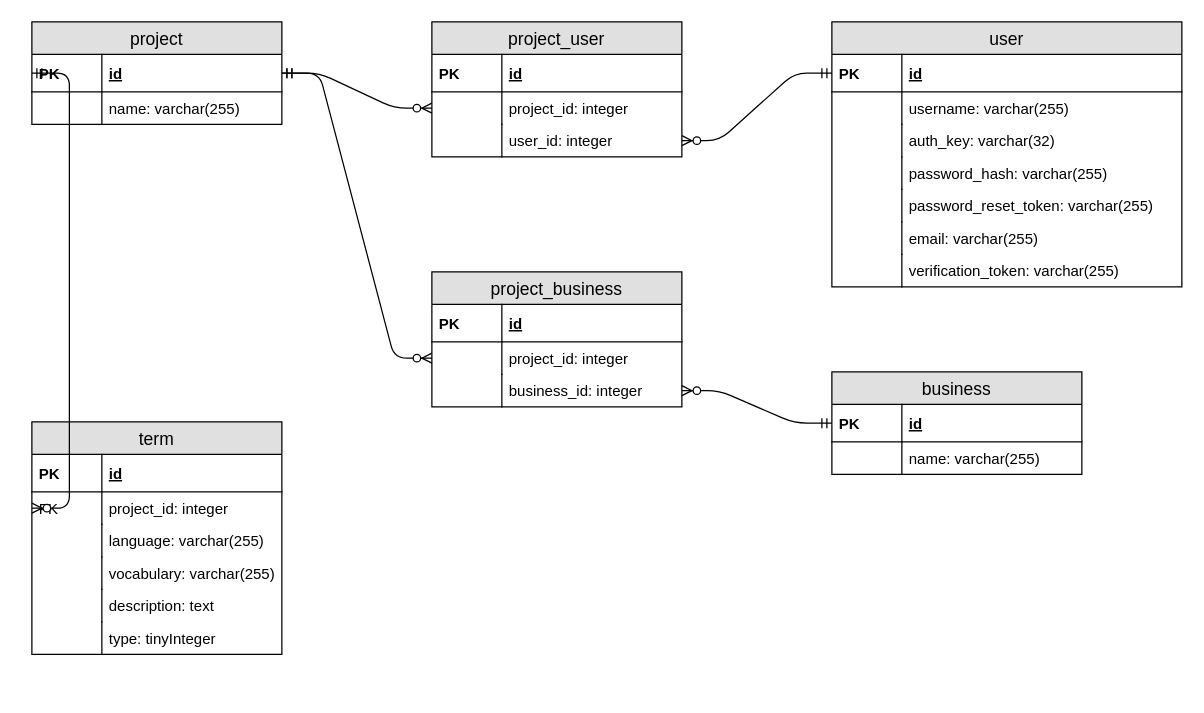
umbalaconmeogia/training-development-skill-for-brse-2 keeps this draw.io diagram as docs/05.DatabaseDesign/material/DBdesign.drawio. Above is the earlier version. Source tidied: cells renumbered, new cells numbered last; positions are measured from the earlier drawing's top-left corner, leaving out a move shared by most shapes. Both pictures are drawn from the tidied source at 125%, with x=0, y=0 at pixel (31, 21).
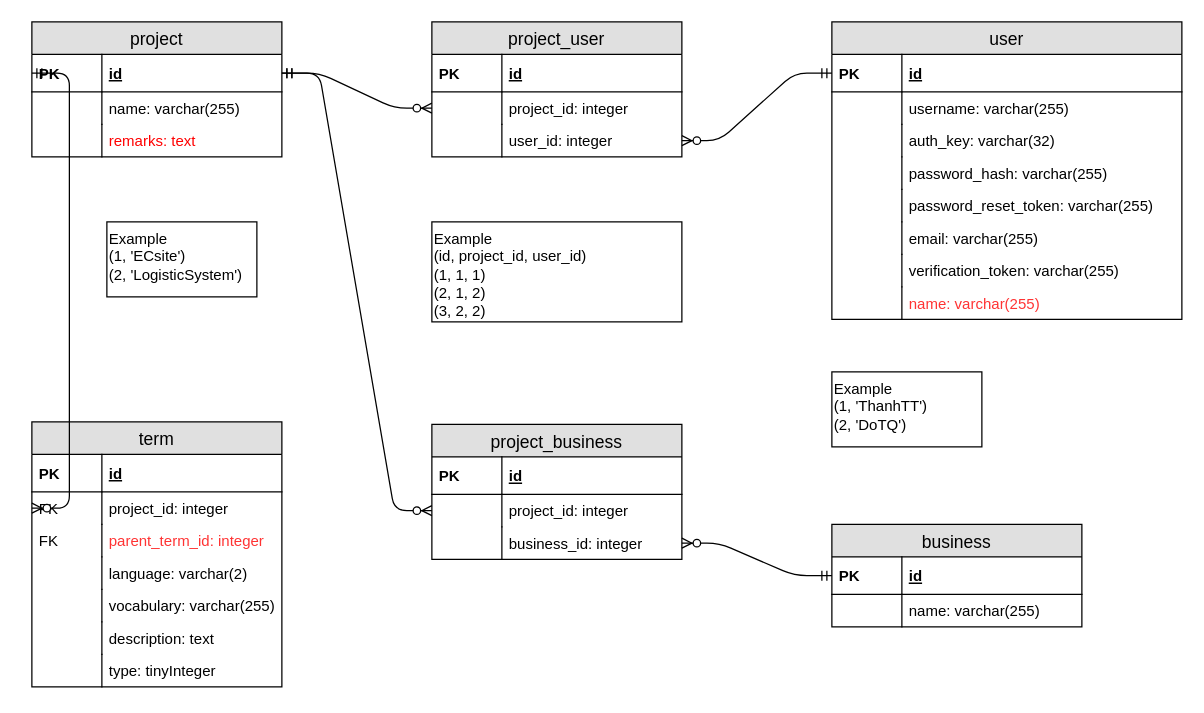
Above is the later version.

Diff of the diagram source:
```diff
@@
     <mxCell id="2" value="project" style="swimlane;fontStyle=0;horizontal=1;startSize=26;fillColor=#e0e0e0;swimlaneFillColor=#ffffff;align=center;fontSize=14;" parent="1" vertex="1">
-      <mxGeometry width="200" height="82" as="geometry" />
+      <mxGeometry width="200" height="108" as="geometry" />
     </mxCell>
@@
+    <mxCell id="59" value="remarks: text" style="shape=partialRectangle;top=0;left=0;right=0;bottom=0;align=left;verticalAlign=top;fillColor=none;spacingLeft=60;spacingRight=4;overflow=hidden;fontSize=12;fontColor=#FF0000;" parent="2" vertex="1">
+      <mxGeometry y="82" width="200" height="26" as="geometry" />
+    </mxCell>
+    <mxCell id="60" style="shape=partialRectangle;top=0;left=0;bottom=0;fillColor=none;align=left;verticalAlign=top;spacingLeft=4;spacingRight=4;overflow=hidden;fontSize=12;" parent="59" vertex="1">
+      <mxGeometry width="56" height="26" as="geometry" />
+    </mxCell>
     <mxCell id="7" value="user" style="swimlane;fontStyle=0;horizontal=1;startSize=26;fillColor=#e0e0e0;swimlaneFillColor=#ffffff;align=center;fontSize=14;" parent="1" vertex="1">
-      <mxGeometry x="640" width="280" height="212" as="geometry" />
+      <mxGeometry x="640" width="280" height="238" as="geometry" />
     </mxCell>
@@
+    <mxCell id="61" value="name: varchar(255)" style="shape=partialRectangle;top=0;left=0;right=0;bottom=0;align=left;verticalAlign=top;fillColor=none;spacingLeft=60;spacingRight=4;overflow=hidden;fontSize=12;fontColor=#FF3333;" parent="7" vertex="1">
+      <mxGeometry y="212" width="280" height="26" as="geometry" />
+    </mxCell>
+    <mxCell id="62" style="shape=partialRectangle;top=0;left=0;bottom=0;fillColor=none;align=left;verticalAlign=top;spacingLeft=4;spacingRight=4;overflow=hidden;fontSize=12;" parent="61" vertex="1">
+      <mxGeometry width="56" height="26" as="geometry" />
+    </mxCell>
@@
     <mxCell id="31" value="term" style="swimlane;fontStyle=0;horizontal=1;startSize=26;fillColor=#e0e0e0;swimlaneFillColor=#ffffff;align=center;fontSize=14;" parent="1" vertex="1">
-      <mxGeometry y="320" width="200" height="186" as="geometry" />
+      <mxGeometry y="320" width="200" height="212" as="geometry" />
     </mxCell>
@@
+    <mxCell id="63" value="parent_term_id: integer" style="shape=partialRectangle;top=0;left=0;right=0;bottom=0;align=left;verticalAlign=top;fillColor=none;spacingLeft=60;spacingRight=4;overflow=hidden;fontSize=12;fontColor=#FF3333;" parent="31" vertex="1">
+      <mxGeometry y="82" width="200" height="26" as="geometry" />
+    </mxCell>
+    <mxCell id="64" value="FK" style="shape=partialRectangle;top=0;left=0;bottom=0;fillColor=none;align=left;verticalAlign=top;spacingLeft=4;spacingRight=4;overflow=hidden;fontSize=12;" parent="63" vertex="1">
+      <mxGeometry width="56" height="26" as="geometry" />
+    </mxCell>
-    <mxCell id="36" value="language: varchar(255)" style="shape=partialRectangle;top=0;left=0;right=0;bottom=0;align=left;verticalAlign=top;fillColor=none;spacingLeft=60;spacingRight=4;overflow=hidden;fontSize=12;" parent="31" vertex="1">
-      <mxGeometry y="82" width="200" height="26" as="geometry" />
+    <mxCell id="36" value="language: varchar(2)" style="shape=partialRectangle;top=0;left=0;right=0;bottom=0;align=left;verticalAlign=top;fillColor=none;spacingLeft=60;spacingRight=4;overflow=hidden;fontSize=12;" parent="31" vertex="1">
+      <mxGeometry y="108" width="200" height="26" as="geometry" />
     </mxCell>
@@
     <mxCell id="38" value="vocabulary: varchar(255)" style="shape=partialRectangle;top=0;left=0;right=0;bottom=0;align=left;verticalAlign=top;fillColor=none;spacingLeft=60;spacingRight=4;overflow=hidden;fontSize=12;" parent="31" vertex="1">
-      <mxGeometry y="108" width="200" height="26" as="geometry" />
+      <mxGeometry y="134" width="200" height="26" as="geometry" />
     </mxCell>
@@
     <mxCell id="40" value="description: text" style="shape=partialRectangle;top=0;left=0;right=0;bottom=0;align=left;verticalAlign=top;fillColor=none;spacingLeft=60;spacingRight=4;overflow=hidden;fontSize=12;" parent="31" vertex="1">
-      <mxGeometry y="134" width="200" height="26" as="geometry" />
+      <mxGeometry y="160" width="200" height="26" as="geometry" />
     </mxCell>
@@
     <mxCell id="42" value="type: tinyInteger" style="shape=partialRectangle;top=0;left=0;right=0;bottom=0;align=left;verticalAlign=top;fillColor=none;spacingLeft=60;spacingRight=4;overflow=hidden;fontSize=12;" parent="31" vertex="1">
-      <mxGeometry y="160" width="200" height="26" as="geometry" />
+      <mxGeometry y="186" width="200" height="26" as="geometry" />
     </mxCell>
@@
     <mxCell id="45" value="business" style="swimlane;fontStyle=0;horizontal=1;startSize=26;fillColor=#e0e0e0;swimlaneFillColor=#ffffff;align=center;fontSize=14;" parent="1" vertex="1">
-      <mxGeometry x="640" y="280" width="200" height="82" as="geometry" />
+      <mxGeometry x="640" y="402" width="200" height="82" as="geometry" />
     </mxCell>
@@
     <mxCell id="50" value="project_business" style="swimlane;fontStyle=0;horizontal=1;startSize=26;fillColor=#e0e0e0;swimlaneFillColor=#ffffff;align=center;fontSize=14;" parent="1" vertex="1">
-      <mxGeometry x="320" y="200" width="200" height="108" as="geometry" />
+      <mxGeometry x="320" y="322" width="200" height="108" as="geometry" />
     </mxCell>
@@
+    <mxCell id="65" value="Example&lt;br&gt;(1, 'ECsite')&lt;br&gt;(2, 'LogisticSystem')" style="rounded=0;whiteSpace=wrap;html=1;align=left;verticalAlign=top;" parent="1" vertex="1">
+      <mxGeometry x="60" y="160" width="120" height="60" as="geometry" />
+    </mxCell>
+    <mxCell id="66" value="Example&lt;br&gt;(1, 'ThanhTT')&lt;br&gt;(2, 'DoTQ')" style="rounded=0;whiteSpace=wrap;html=1;align=left;verticalAlign=top;" parent="1" vertex="1">
+      <mxGeometry x="640" y="280" width="120" height="60" as="geometry" />
+    </mxCell>
+    <mxCell id="67" value="Example&lt;br&gt;(id, project_id, user_id)&lt;br&gt;(1, 1, 1)&lt;br&gt;(2, 1, 2)&lt;br&gt;(3, 2, 2)" style="rounded=0;whiteSpace=wrap;html=1;align=left;verticalAlign=top;" parent="1" vertex="1">
+      <mxGeometry x="320" y="160" width="200" height="80" as="geometry" />
+    </mxCell>
```
